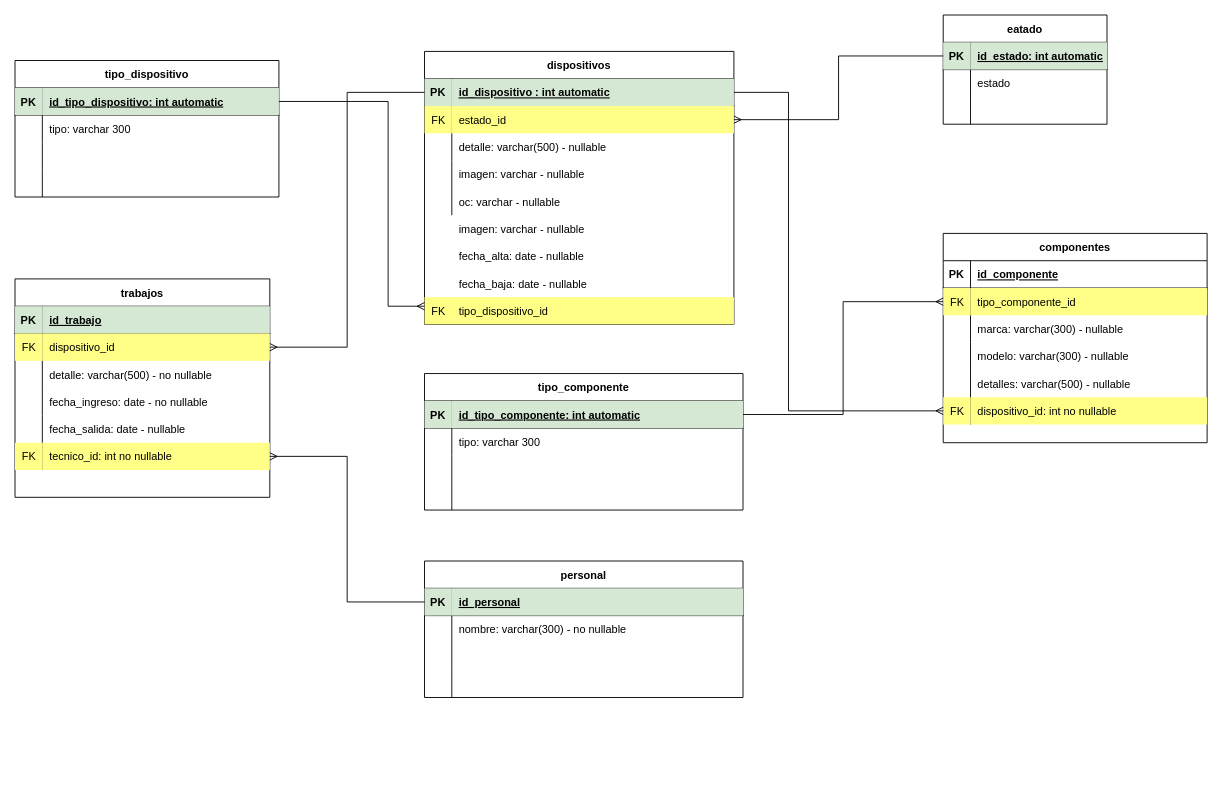
The draw.io diagram Untitled Diagram.drawio in FSALVA157/EER_Taller, before the edit. Source tidied: cells renumbered, new cells numbered last; positions are measured from the earlier drawing's top-left corner, leaving out a move shared by most shapes. Both pictures are drawn from the tidied source at 91%, with x=0, y=0 at pixel (15, 15).
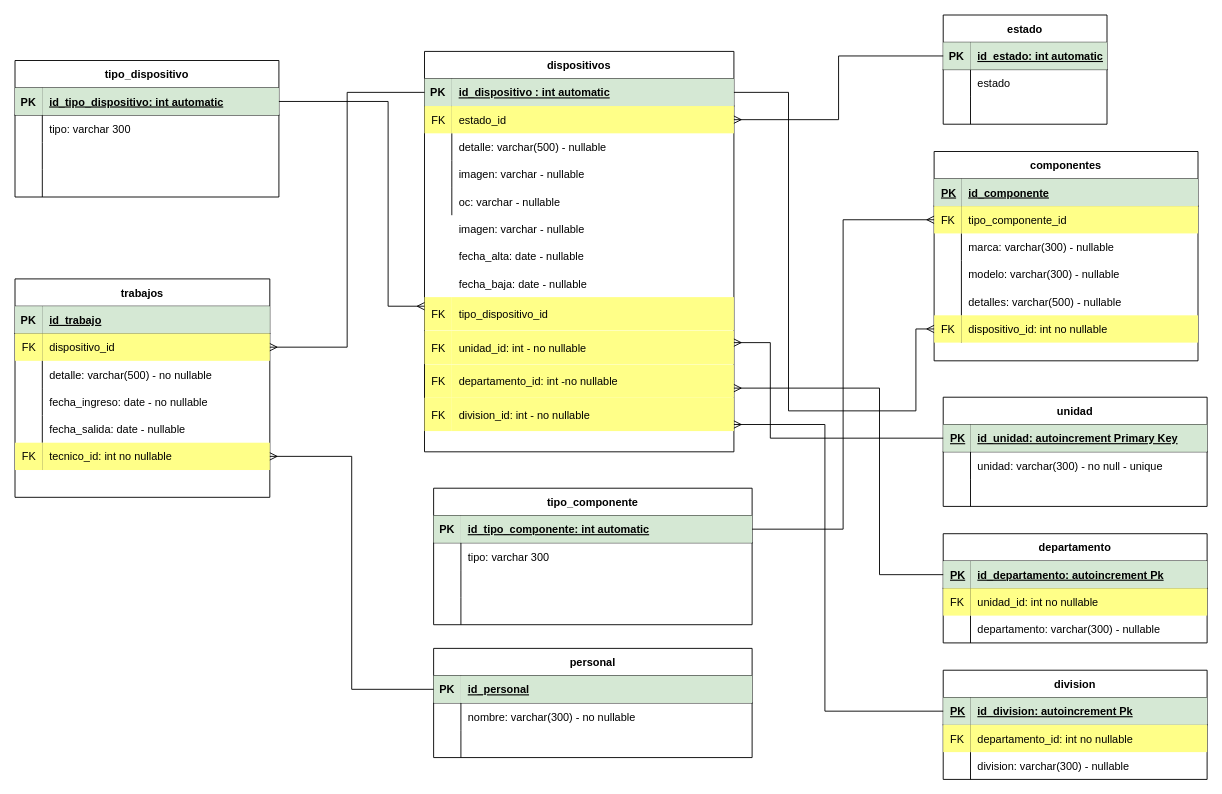
The same page after the edit.

Commit message:
mas tablas

The change refers to these unchanged cells:
```xml
<mxCell id="9" style="shape=partialRectangle;fillColor=none;top=0;left=0;bottom=1;right=0;points=[[0,0.5],[1,0.5]];portConstraint=eastwest;" parent="8" vertex="1">
  <mxGeometry y="30" width="340" height="30" as="geometry" />
</mxCell>
<mxCell id="38" style="shape=partialRectangle;fillColor=none;top=0;left=0;bottom=1;right=0;sketch=0;strokeColor=default;strokeWidth=1;" parent="37" vertex="1">
  <mxGeometry y="30" width="290" height="30" as="geometry" />
</mxCell>
<mxCell id="53" style="shape=partialRectangle;fillColor=none;top=0;left=0;bottom=0;right=0;points=[[0,0.5],[1,0.5]];portConstraint=eastwest;sketch=0;strokeColor=default;strokeWidth=1;" parent="37" vertex="1">
  <mxGeometry y="180" width="290" height="30" as="geometry" />
</mxCell>
```

Diff of the diagram source:
```diff
@@
     <mxCell id="2" style="group;" parent="1" vertex="1">
-      <mxGeometry x="450" y="40" width="340" height="300" as="geometry" />
+      <mxGeometry x="450" y="40" width="355" height="440" as="geometry" />
     </mxCell>
@@
     <mxCell id="7" style="group;" parent="2" vertex="1">
-      <mxGeometry width="340" height="300" as="geometry" />
+      <mxGeometry width="340" height="440" as="geometry" />
     </mxCell>
+    <mxCell id="119" value="FK" style="shape=partialRectangle;fillColor=#ffff88;top=0;left=0;bottom=0;right=0;overflow=hidden;align=left;strokeColor=#36393d;spacingLeft=6;fontStyle=0;" parent="7" vertex="1">
+      <mxGeometry y="344" width="30" height="36.6" as="geometry" />
+    </mxCell>
+    <mxCell id="120" style="group;" parent="7" vertex="1">
+      <mxGeometry width="340" height="440" as="geometry" />
+    </mxCell>
-    <mxCell id="8" value="dispositivos" style="shape=table;startSize=30;childLayout=tableLayout;rowLines=0;fontStyle=1;align=center;" parent="7" vertex="1">
-      <mxGeometry width="340" height="300" as="geometry" />
+    <mxCell id="8" value="dispositivos" style="shape=table;startSize=30;childLayout=tableLayout;rowLines=0;fontStyle=1;align=center;" parent="120" vertex="1">
+      <mxGeometry width="340" height="440" as="geometry" />
     </mxCell>
@@
-    <mxCell id="24" value="tipo_dispositivo_id" style="shape=partialRectangle;fillColor=#ffff88;top=0;left=0;bottom=0;right=0;align=left;spacingLeft=6;overflow=hidden;strokeColor=#36393d;fontStyle=0;" parent="7" vertex="1">
-      <mxGeometry x="30" y="270" width="310" height="30" as="geometry" />
+    <mxCell id="24" value="tipo_dispositivo_id" style="shape=partialRectangle;fillColor=#ffff88;top=0;left=0;bottom=0;right=0;align=left;spacingLeft=6;overflow=hidden;strokeColor=#36393d;fontStyle=0;" parent="120" vertex="1">
+      <mxGeometry x="30" y="270" width="310" height="36.6" as="geometry" />
     </mxCell>
-    <mxCell id="25" value="FK" style="shape=partialRectangle;fillColor=#ffff88;top=0;left=0;bottom=0;right=0;overflow=hidden;align=left;strokeColor=#36393d;spacingLeft=6;fontStyle=0;" parent="7" vertex="1">
-      <mxGeometry y="270" width="30" height="30" as="geometry" />
+    <mxCell id="25" value="FK" style="shape=partialRectangle;fillColor=#ffff88;top=0;left=0;bottom=0;right=0;overflow=hidden;align=left;strokeColor=#36393d;spacingLeft=6;fontStyle=0;" parent="120" vertex="1">
+      <mxGeometry y="270" width="30" height="36.6" as="geometry" />
     </mxCell>
+    <mxCell id="121" value="unidad_id: int - no nullable" style="shape=partialRectangle;fillColor=#ffff88;top=0;left=0;bottom=0;right=0;align=left;spacingLeft=6;overflow=hidden;strokeColor=#36393d;fontStyle=0;" parent="120" vertex="1">
+      <mxGeometry x="30" y="307" width="310" height="36.6" as="geometry" />
+    </mxCell>
+    <mxCell id="122" value="FK" style="shape=partialRectangle;fillColor=#ffff88;top=0;left=0;bottom=0;right=0;overflow=hidden;align=left;strokeColor=#36393d;spacingLeft=6;fontStyle=0;" parent="120" vertex="1">
+      <mxGeometry y="307" width="30" height="36.6" as="geometry" />
+    </mxCell>
+    <mxCell id="123" value="departamento_id: int -no nullable" style="shape=partialRectangle;fillColor=#ffff88;top=0;left=0;bottom=0;right=0;align=left;spacingLeft=6;overflow=hidden;strokeColor=#36393d;fontStyle=0;" parent="120" vertex="1">
+      <mxGeometry x="30" y="344" width="310" height="36.6" as="geometry" />
+    </mxCell>
+    <mxCell id="124" value="division_id: int - no nullable" style="shape=partialRectangle;fillColor=#ffff88;top=0;left=0;bottom=0;right=0;align=left;spacingLeft=6;overflow=hidden;strokeColor=#36393d;fontStyle=0;" parent="120" vertex="1">
+      <mxGeometry x="30" y="380.6" width="310" height="36.6" as="geometry" />
+    </mxCell>
+    <mxCell id="125" value="FK" style="shape=partialRectangle;fillColor=#ffff88;top=0;left=0;bottom=0;right=0;overflow=hidden;align=left;strokeColor=#36393d;spacingLeft=6;fontStyle=0;" parent="120" vertex="1">
+      <mxGeometry y="380.6" width="30" height="36.6" as="geometry" />
+    </mxCell>
-    <mxCell id="26" value="eatado" style="shape=table;startSize=30;childLayout=tableLayout;rowLines=0;fontStyle=1;align=center;sketch=0;strokeColor=default;strokeWidth=1;fillColor=none;" parent="1" vertex="1">
+    <mxCell id="26" value="estado" style="shape=table;startSize=30;childLayout=tableLayout;rowLines=0;fontStyle=1;align=center;sketch=0;strokeColor=default;strokeWidth=1;fillColor=none;" parent="1" vertex="1">
       <mxGeometry x="1020" width="180" height="120" as="geometry" />
     </mxCell>
@@
     <mxCell id="37" value="componentes" style="shape=table;startSize=30;childLayout=tableLayout;rowLines=0;fontStyle=1;align=center;sketch=0;strokeColor=default;strokeWidth=1;fillColor=none;" parent="1" vertex="1">
-      <mxGeometry x="1020" y="240" width="290" height="230" as="geometry" />
+      <mxGeometry x="1010" y="150" width="290" height="230" as="geometry" />
     </mxCell>
@@
-    <mxCell id="39" value="PK" style="shape=partialRectangle;fillColor=none;top=0;left=0;bottom=0;right=0;fontStyle=1;overflow=hidden;sketch=0;strokeColor=default;strokeWidth=1;" parent="38" vertex="1">
+    <mxCell id="39" value="PK" style="shape=partialRectangle;fillColor=#d5e8d4;top=0;left=0;bottom=0;right=0;fontStyle=5;overflow=hidden;sketch=0;strokeColor=#82b366;strokeWidth=1;align=left;spacingLeft=6;" parent="38" vertex="1">
       <mxGeometry width="30" height="30" as="geometry" />
     </mxCell>
-    <mxCell id="40" value="id_componente" style="shape=partialRectangle;fillColor=none;top=0;left=0;bottom=0;right=0;align=left;spacingLeft=6;fontStyle=5;overflow=hidden;sketch=0;strokeColor=default;strokeWidth=1;" parent="38" vertex="1">
+    <mxCell id="40" value="id_componente" style="shape=partialRectangle;fillColor=#d5e8d4;top=0;left=0;bottom=0;right=0;align=left;spacingLeft=6;fontStyle=5;overflow=hidden;sketch=0;strokeColor=#82b366;strokeWidth=1;" parent="38" vertex="1">
       <mxGeometry x="30" width="260" height="30" as="geometry" />
     </mxCell>
@@
     <mxCell id="56" value="tipo_componente" style="shape=table;startSize=30;childLayout=tableLayout;rowLines=0;fontStyle=1;align=center;sketch=0;strokeColor=default;strokeWidth=1;fillColor=none;" parent="1" vertex="1">
-      <mxGeometry x="450" y="394" width="350" height="150" as="geometry" />
+      <mxGeometry x="460" y="520" width="350" height="150" as="geometry" />
     </mxCell>
@@
     <mxCell id="84" style="edgeStyle=orthogonalEdgeStyle;rounded=0;jettySize=auto;html=1;entryX=0;entryY=0.5;entryDx=0;entryDy=0;endArrow=ERmany;endFill=0;" parent="1" edge="1" source="9" target="53">
       <mxGeometry relative="1" as="geometry">
         <Array as="points">
           <mxPoint x="850" y="85" />
           <mxPoint x="850" y="435" />
+          <mxPoint x="990" y="435" />
+          <mxPoint x="990" y="345" />
         </Array>
       </mxGeometry>
     </mxCell>
@@
     <mxCell id="105" value="personal" style="shape=table;startSize=30;childLayout=tableLayout;rowLines=0;fontStyle=1;align=center;sketch=0;strokeColor=default;strokeWidth=1;fillColor=none;" parent="1" vertex="1">
-      <mxGeometry x="450" y="600" width="350" height="150" as="geometry" />
+      <mxGeometry x="460" y="696" width="350" height="120" as="geometry" />
     </mxCell>
@@
-    <mxCell id="115" style="shape=partialRectangle;fillColor=none;top=0;left=0;bottom=0;right=0;sketch=0;strokeColor=default;strokeWidth=1;" parent="105" vertex="1">
-      <mxGeometry y="120" width="350" height="30" as="geometry" />
-    </mxCell>
-    <mxCell id="116" style="shape=partialRectangle;fillColor=none;top=0;left=0;bottom=0;right=0;overflow=hidden;sketch=0;strokeColor=default;strokeWidth=1;" parent="115" vertex="1">
-      <mxGeometry width="30" height="30" as="geometry" />
-    </mxCell>
-    <mxCell id="117" style="shape=partialRectangle;fillColor=none;top=0;left=0;bottom=0;right=0;align=left;spacingLeft=6;overflow=hidden;sketch=0;strokeColor=default;strokeWidth=1;" parent="115" vertex="1">
-      <mxGeometry x="30" width="320" height="30" as="geometry" />
-    </mxCell>
@@
+    <mxCell id="126" value="unidad" style="shape=table;startSize=30;childLayout=tableLayout;rowLines=0;fontStyle=1;align=center;sketch=0;strokeColor=default;strokeWidth=1;fillColor=none;" parent="1" vertex="1">
+      <mxGeometry x="1020" y="420" width="290" height="120" as="geometry" />
+    </mxCell>
+    <mxCell id="127" style="shape=partialRectangle;fillColor=none;top=0;left=0;bottom=1;right=0;points=[[0,0.5],[1,0.5]];portConstraint=eastwest;sketch=0;strokeColor=default;strokeWidth=1;" parent="126" vertex="1">
+      <mxGeometry y="30" width="290" height="30" as="geometry" />
+    </mxCell>
+    <mxCell id="128" value="PK" style="shape=partialRectangle;fillColor=#d5e8d4;top=0;left=0;bottom=0;right=0;fontStyle=5;overflow=hidden;sketch=0;strokeColor=#82b366;strokeWidth=1;align=left;spacingLeft=6;" parent="127" vertex="1">
+      <mxGeometry width="30" height="30" as="geometry" />
+    </mxCell>
+    <mxCell id="129" value="id_unidad: autoincrement Primary Key" style="shape=partialRectangle;fillColor=#d5e8d4;top=0;left=0;bottom=0;right=0;align=left;spacingLeft=6;fontStyle=5;overflow=hidden;sketch=0;strokeColor=#82b366;strokeWidth=1;" parent="127" vertex="1">
+      <mxGeometry x="30" width="260" height="30" as="geometry" />
+    </mxCell>
+    <mxCell id="130" style="shape=partialRectangle;fillColor=none;top=0;left=0;bottom=0;right=0;sketch=0;strokeColor=default;strokeWidth=1;" parent="126" vertex="1">
+      <mxGeometry y="60" width="290" height="30" as="geometry" />
+    </mxCell>
+    <mxCell id="131" style="shape=partialRectangle;fillColor=none;top=0;left=0;bottom=0;right=0;overflow=hidden;sketch=0;strokeColor=default;strokeWidth=1;" parent="130" vertex="1">
+      <mxGeometry width="30" height="30" as="geometry" />
+    </mxCell>
+    <mxCell id="132" value="unidad: varchar(300) - no null - unique" style="shape=partialRectangle;fillColor=none;top=0;left=0;bottom=0;right=0;align=left;spacingLeft=6;overflow=hidden;sketch=0;strokeColor=default;strokeWidth=1;" parent="130" vertex="1">
+      <mxGeometry x="30" width="260" height="30" as="geometry" />
+    </mxCell>
+    <mxCell id="133" style="shape=partialRectangle;fillColor=none;top=0;left=0;bottom=0;right=0;sketch=0;strokeColor=default;strokeWidth=1;" parent="126" vertex="1">
+      <mxGeometry y="90" width="290" height="30" as="geometry" />
+    </mxCell>
+    <mxCell id="134" style="shape=partialRectangle;fillColor=none;top=0;left=0;bottom=0;right=0;overflow=hidden;sketch=0;strokeColor=#36393d;strokeWidth=1;align=left;spacingLeft=6;fontStyle=0;" parent="133" vertex="1">
+      <mxGeometry width="30" height="30" as="geometry" />
+    </mxCell>
+    <mxCell id="135" style="shape=partialRectangle;fillColor=none;top=0;left=0;bottom=0;right=0;align=left;spacingLeft=6;overflow=hidden;sketch=0;strokeColor=#36393d;strokeWidth=1;fontStyle=0;" parent="133" vertex="1">
+      <mxGeometry x="30" width="260" height="30" as="geometry" />
+    </mxCell>
+    <mxCell id="136" style="edgeStyle=orthogonalEdgeStyle;rounded=0;jettySize=auto;html=1;endArrow=ERmany;endFill=0;" parent="1" edge="1" source="127">
+      <mxGeometry relative="1" as="geometry">
+        <mxPoint x="790" y="360" as="targetPoint" />
+        <Array as="points">
+          <mxPoint x="830" y="465" />
+          <mxPoint x="830" y="360" />
+        </Array>
+      </mxGeometry>
+    </mxCell>
+    <mxCell id="137" value="departamento" style="shape=table;startSize=30;childLayout=tableLayout;rowLines=0;fontStyle=1;align=center;sketch=0;strokeColor=default;strokeWidth=1;fillColor=none;" parent="1" vertex="1">
+      <mxGeometry x="1020" y="570" width="290" height="120" as="geometry" />
+    </mxCell>
+    <mxCell id="138" style="shape=partialRectangle;fillColor=none;top=0;left=0;bottom=1;right=0;points=[[0,0.5],[1,0.5]];portConstraint=eastwest;sketch=0;strokeColor=default;strokeWidth=1;" parent="137" vertex="1">
+      <mxGeometry y="30" width="290" height="30" as="geometry" />
+    </mxCell>
+    <mxCell id="139" value="PK" style="shape=partialRectangle;fillColor=#d5e8d4;top=0;left=0;bottom=0;right=0;fontStyle=5;overflow=hidden;sketch=0;strokeColor=#82b366;strokeWidth=1;align=left;spacingLeft=6;" parent="138" vertex="1">
+      <mxGeometry width="30" height="30" as="geometry" />
+    </mxCell>
+    <mxCell id="140" value="id_departamento: autoincrement Pk" style="shape=partialRectangle;fillColor=#d5e8d4;top=0;left=0;bottom=0;right=0;align=left;spacingLeft=6;fontStyle=5;overflow=hidden;sketch=0;strokeColor=#82b366;strokeWidth=1;" parent="138" vertex="1">
+      <mxGeometry x="30" width="260" height="30" as="geometry" />
+    </mxCell>
+    <mxCell id="141" style="shape=partialRectangle;fillColor=none;top=0;left=0;bottom=0;right=0;sketch=0;strokeColor=default;strokeWidth=1;" parent="137" vertex="1">
+      <mxGeometry y="60" width="290" height="30" as="geometry" />
+    </mxCell>
+    <mxCell id="142" value="FK" style="shape=partialRectangle;fillColor=#ffff88;top=0;left=0;bottom=0;right=0;overflow=hidden;sketch=0;strokeColor=#36393d;strokeWidth=1;align=left;spacingLeft=6;fontStyle=0;" parent="141" vertex="1">
+      <mxGeometry width="30" height="30" as="geometry" />
+    </mxCell>
+    <mxCell id="143" value="unidad_id: int no nullable" style="shape=partialRectangle;fillColor=#ffff88;top=0;left=0;bottom=0;right=0;align=left;spacingLeft=6;overflow=hidden;sketch=0;strokeColor=#36393d;strokeWidth=1;fontStyle=0;" parent="141" vertex="1">
+      <mxGeometry x="30" width="260" height="30" as="geometry" />
+    </mxCell>
+    <mxCell id="144" style="shape=partialRectangle;fillColor=none;top=0;left=0;bottom=0;right=0;sketch=0;strokeColor=default;strokeWidth=1;" parent="137" vertex="1">
+      <mxGeometry y="90" width="290" height="30" as="geometry" />
+    </mxCell>
+    <mxCell id="145" style="shape=partialRectangle;fillColor=none;top=0;left=0;bottom=0;right=0;overflow=hidden;sketch=0;strokeColor=default;strokeWidth=1;" parent="144" vertex="1">
+      <mxGeometry width="30" height="30" as="geometry" />
+    </mxCell>
+    <mxCell id="146" value="departamento: varchar(300) - nullable" style="shape=partialRectangle;fillColor=none;top=0;left=0;bottom=0;right=0;align=left;spacingLeft=6;overflow=hidden;sketch=0;strokeColor=default;strokeWidth=1;" parent="144" vertex="1">
+      <mxGeometry x="30" width="260" height="30" as="geometry" />
+    </mxCell>
+    <mxCell id="147" style="edgeStyle=orthogonalEdgeStyle;rounded=0;jettySize=auto;html=1;endArrow=ERmany;endFill=0;" parent="1" edge="1" source="138">
+      <mxGeometry relative="1" as="geometry">
+        <mxPoint x="790" y="410" as="targetPoint" />
+        <Array as="points">
+          <mxPoint x="950" y="615" />
+          <mxPoint x="950" y="410" />
+        </Array>
+      </mxGeometry>
+    </mxCell>
+    <mxCell id="148" value="division" style="shape=table;startSize=30;childLayout=tableLayout;rowLines=0;fontStyle=1;align=center;sketch=0;strokeColor=default;strokeWidth=1;fillColor=none;" parent="1" vertex="1">
+      <mxGeometry x="1020" y="720" width="290" height="120" as="geometry" />
+    </mxCell>
+    <mxCell id="149" style="shape=partialRectangle;fillColor=none;top=0;left=0;bottom=1;right=0;points=[[0,0.5],[1,0.5]];portConstraint=eastwest;sketch=0;strokeColor=default;strokeWidth=1;" parent="148" vertex="1">
+      <mxGeometry y="30" width="290" height="30" as="geometry" />
+    </mxCell>
+    <mxCell id="150" value="PK" style="shape=partialRectangle;fillColor=#d5e8d4;top=0;left=0;bottom=0;right=0;fontStyle=5;overflow=hidden;sketch=0;strokeColor=#82b366;strokeWidth=1;align=left;spacingLeft=6;" parent="149" vertex="1">
+      <mxGeometry width="30" height="30" as="geometry" />
+    </mxCell>
+    <mxCell id="151" value="id_division: autoincrement Pk" style="shape=partialRectangle;fillColor=#d5e8d4;top=0;left=0;bottom=0;right=0;align=left;spacingLeft=6;fontStyle=5;overflow=hidden;sketch=0;strokeColor=#82b366;strokeWidth=1;" parent="149" vertex="1">
+      <mxGeometry x="30" width="260" height="30" as="geometry" />
+    </mxCell>
+    <mxCell id="152" style="shape=partialRectangle;fillColor=none;top=0;left=0;bottom=0;right=0;sketch=0;strokeColor=default;strokeWidth=1;" parent="148" vertex="1">
+      <mxGeometry y="60" width="290" height="30" as="geometry" />
+    </mxCell>
+    <mxCell id="153" value="FK" style="shape=partialRectangle;fillColor=#ffff88;top=0;left=0;bottom=0;right=0;overflow=hidden;sketch=0;strokeColor=#36393d;strokeWidth=1;align=left;spacingLeft=6;fontStyle=0;" parent="152" vertex="1">
+      <mxGeometry width="30" height="30" as="geometry" />
+    </mxCell>
+    <mxCell id="154" value="departamento_id: int no nullable" style="shape=partialRectangle;fillColor=#ffff88;top=0;left=0;bottom=0;right=0;align=left;spacingLeft=6;overflow=hidden;sketch=0;strokeColor=#36393d;strokeWidth=1;fontStyle=0;" parent="152" vertex="1">
+      <mxGeometry x="30" width="260" height="30" as="geometry" />
+    </mxCell>
+    <mxCell id="155" style="shape=partialRectangle;fillColor=none;top=0;left=0;bottom=0;right=0;sketch=0;strokeColor=default;strokeWidth=1;" parent="148" vertex="1">
+      <mxGeometry y="90" width="290" height="30" as="geometry" />
+    </mxCell>
+    <mxCell id="156" style="shape=partialRectangle;fillColor=none;top=0;left=0;bottom=0;right=0;overflow=hidden;sketch=0;strokeColor=default;strokeWidth=1;" parent="155" vertex="1">
+      <mxGeometry width="30" height="30" as="geometry" />
+    </mxCell>
+    <mxCell id="157" value="division: varchar(300) - nullable" style="shape=partialRectangle;fillColor=none;top=0;left=0;bottom=0;right=0;align=left;spacingLeft=6;overflow=hidden;sketch=0;strokeColor=default;strokeWidth=1;" parent="155" vertex="1">
+      <mxGeometry x="30" width="260" height="30" as="geometry" />
+    </mxCell>
+    <mxCell id="158" style="edgeStyle=orthogonalEdgeStyle;rounded=0;jettySize=auto;html=1;endArrow=ERmany;endFill=0;" parent="1" edge="1" source="149">
+      <mxGeometry relative="1" as="geometry">
+        <mxPoint x="790" y="450" as="targetPoint" />
+        <Array as="points">
+          <mxPoint x="890" y="765" />
+          <mxPoint x="890" y="450" />
+        </Array>
+      </mxGeometry>
+    </mxCell>
```
